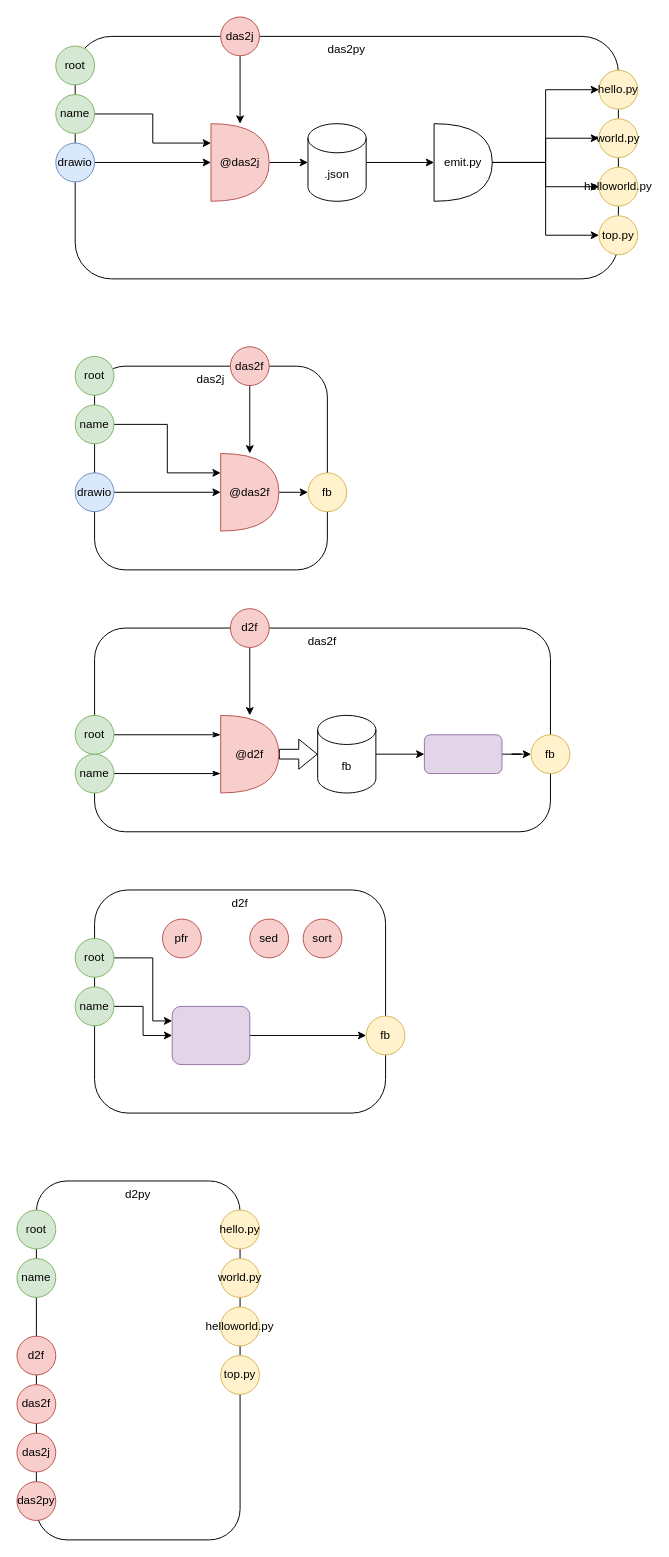
This is components.drawio from guitarvydas/d2py, a draw.io file, before an edit. Source tidied: cells renumbered, new cells numbered last; positions are measured from the earlier drawing's top-left corner, leaving out a move shared by most shapes. Both pictures are drawn from the tidied source at 97%, with x=0, y=0 at pixel (16, 16).
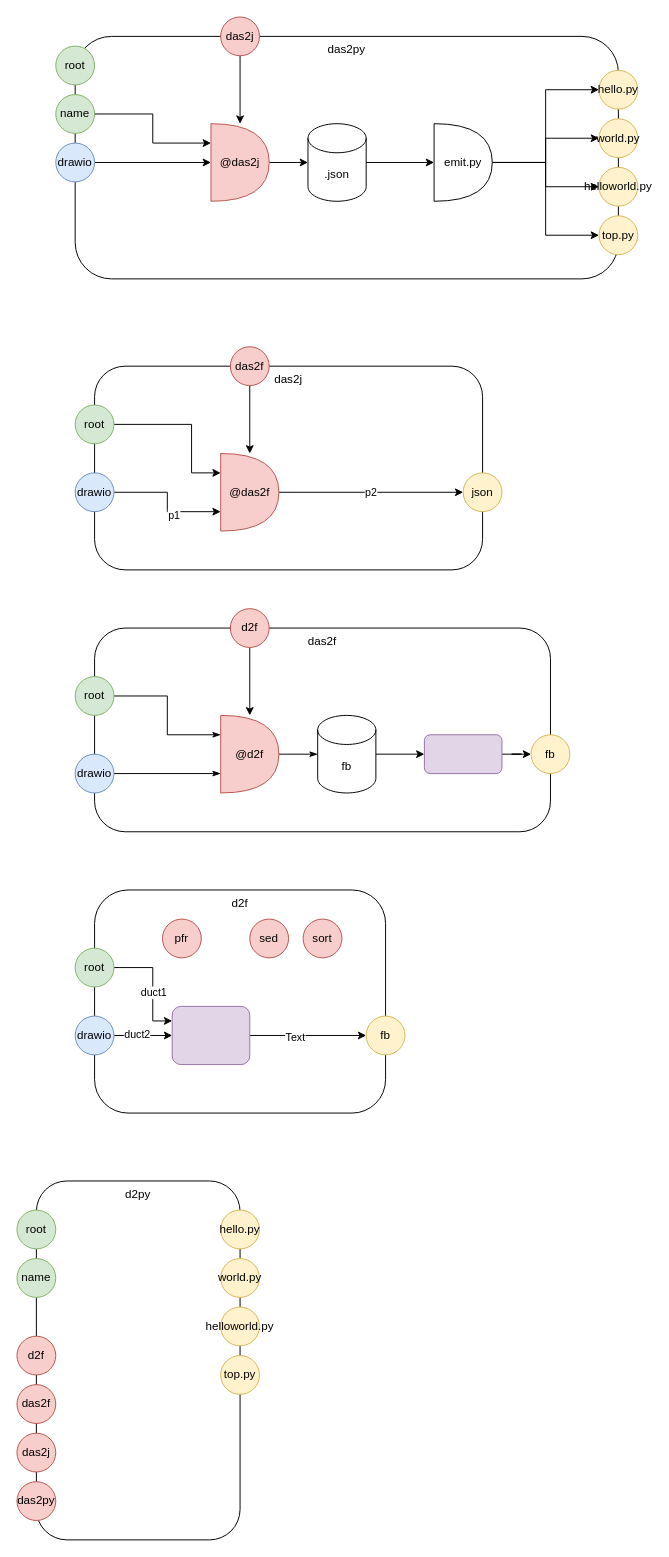
The same diagram, later.

The change refers to these unchanged cells:
```xml
<mxCell id="20" value="drawio" style="ellipse;whiteSpace=wrap;html=1;fillColor=#dae8fc;strokeColor=#6c8ebf;" parent="1" vertex="1">
  <mxGeometry x="60" y="470" width="40" height="40" as="geometry" />
</mxCell>
<mxCell id="28" value="@das2f" style="shape=or;whiteSpace=wrap;html=1;fillColor=#f8cecc;strokeColor=#b85450;" parent="1" vertex="1">
  <mxGeometry x="210" y="450" width="60" height="80" as="geometry" />
</mxCell>
<mxCell id="34" value="@d2f" style="shape=or;whiteSpace=wrap;html=1;fillColor=#f8cecc;strokeColor=#b85450;" parent="1" vertex="1">
  <mxGeometry x="210" y="720" width="60" height="80" as="geometry" />
</mxCell>
<mxCell id="39" style="edgeStyle=orthogonalEdgeStyle;rounded=0;jettySize=auto;html=1;entryX=0;entryY=0.5;entryDx=0;entryDy=0;" parent="1" edge="1" source="40" target="38">
  <mxGeometry relative="1" as="geometry" />
</mxCell>
<mxCell id="40" style="rounded=1;whiteSpace=wrap;html=1;fillColor=#e1d5e7;strokeColor=#9673a6;" parent="1" vertex="1">
  <mxGeometry x="160" y="1020" width="80" height="60" as="geometry" />
</mxCell>
<mxCell id="42" value="&lt;span style=&quot;font-weight: normal&quot;&gt;fb&lt;/span&gt;" style="shape=cylinder3;whiteSpace=wrap;html=1;boundedLbl=1;backgroundOutline=1;size=15;fontStyle=1;" parent="1" vertex="1">
  <mxGeometry x="310" y="720" width="60" height="80" as="geometry" />
</mxCell>
<mxCell id="49" style="edgeStyle=orthogonalEdgeStyle;rounded=0;jettySize=auto;html=1;exitX=1;exitY=0.5;exitDx=0;exitDy=0;entryX=0;entryY=0.5;entryDx=0;entryDy=0;" parent="1" edge="1" source="50" target="40">
  <mxGeometry relative="1" as="geometry" />
</mxCell>
```

The edit, as a diff of the source:
```diff
@@
     <mxCell id="18" value="das2j" style="rounded=1;whiteSpace=wrap;html=1;verticalAlign=top;" parent="1" vertex="1">
-      <mxGeometry x="80" y="360" width="240" height="210" as="geometry" />
+      <mxGeometry x="80" y="360" width="400" height="210" as="geometry" />
     </mxCell>
-    <mxCell id="19" style="edgeStyle=orthogonalEdgeStyle;rounded=0;jettySize=auto;html=1;entryX=0;entryY=0.5;entryDx=0;entryDy=0;entryPerimeter=0;" parent="1" edge="1" source="20" target="28">
+    <mxCell id="19" style="edgeStyle=orthogonalEdgeStyle;rounded=0;jettySize=auto;html=1;entryX=0;entryY=0.75;entryDx=0;entryDy=0;entryPerimeter=0;" parent="1" edge="1" source="20" target="28">
       <mxGeometry relative="1" as="geometry" />
     </mxCell>
+    <mxCell id="70" value="p1" style="edgeLabel;html=1;align=center;verticalAlign=middle;" parent="19" vertex="1">
+      <mxGeometry x="0.25" y="-3" relative="1" as="geometry" />
+    </mxCell>
@@
-    <mxCell id="21" value="fb" style="ellipse;whiteSpace=wrap;html=1;fillColor=#fff2cc;strokeColor=#d6b656;" parent="1" vertex="1">
-      <mxGeometry x="300" y="470" width="40" height="40" as="geometry" />
+    <mxCell id="21" value="json" style="ellipse;whiteSpace=wrap;html=1;fillColor=#fff2cc;strokeColor=#d6b656;" parent="1" vertex="1">
+      <mxGeometry x="460" y="470" width="40" height="40" as="geometry" />
     </mxCell>
@@
-    <mxCell id="27" style="edgeStyle=orthogonalEdgeStyle;rounded=0;jettySize=auto;html=1;exitX=1;exitY=0.5;exitDx=0;exitDy=0;exitPerimeter=0;entryX=0;entryY=0.5;entryDx=0;entryDy=0;" parent="1" edge="1" source="28" target="21">
+    <mxCell id="27" value="p2" style="edgeStyle=orthogonalEdgeStyle;rounded=0;jettySize=auto;html=1;exitX=1;exitY=0.5;exitDx=0;exitDy=0;exitPerimeter=0;entryX=0;entryY=0.5;entryDx=0;entryDy=0;" parent="1" edge="1" source="28" target="21">
       <mxGeometry relative="1" as="geometry" />
     </mxCell>
@@
-    <mxCell id="33" style="edgeStyle=orthogonalEdgeStyle;rounded=0;jettySize=auto;html=1;exitX=1;exitY=0.5;exitDx=0;exitDy=0;exitPerimeter=0;entryX=0;entryY=0.5;entryDx=0;entryDy=0;entryPerimeter=0;strokeWidth=1;endArrow=classicThin;endFill=1;shape=flexArrow;" parent="1" edge="1" source="34" target="42">
+    <mxCell id="33" style="edgeStyle=orthogonalEdgeStyle;rounded=0;jettySize=auto;html=1;exitX=1;exitY=0.5;exitDx=0;exitDy=0;exitPerimeter=0;entryX=0;entryY=0.5;entryDx=0;entryDy=0;entryPerimeter=0;strokeWidth=1;endArrow=classicThin;endFill=1;" parent="1" edge="1" source="34" target="42">
       <mxGeometry relative="1" as="geometry" />
     </mxCell>
@@
+    <mxCell id="71" value="Text" style="edgeLabel;html=1;align=center;verticalAlign=middle;" parent="39" vertex="1">
+      <mxGeometry x="-0.23" y="-1" relative="1" as="geometry" />
+    </mxCell>
@@
-    <mxCell id="45" style="edgeStyle=orthogonalEdgeStyle;rounded=0;jettySize=auto;html=1;entryX=0;entryY=0.25;entryDx=0;entryDy=0;entryPerimeter=0;" parent="1" edge="1" source="46" target="28">
-      <mxGeometry relative="1" as="geometry" />
-    </mxCell>
-    <mxCell id="46" value="name" style="ellipse;whiteSpace=wrap;html=1;fillColor=#d5e8d4;strokeColor=#82b366;" parent="1" vertex="1">
-      <mxGeometry x="60" y="400" width="40" height="40" as="geometry" />
-    </mxCell>
@@
-    <mxCell id="48" value="name" style="ellipse;whiteSpace=wrap;html=1;fillColor=#d5e8d4;strokeColor=#82b366;" parent="1" vertex="1">
+    <mxCell id="48" value="drawio" style="ellipse;whiteSpace=wrap;html=1;fillColor=#dae8fc;strokeColor=#6c8ebf;" parent="1" vertex="1">
       <mxGeometry x="60" y="760" width="40" height="40" as="geometry" />
     </mxCell>
@@
+    <mxCell id="72" value="duct2" style="edgeLabel;html=1;align=center;verticalAlign=middle;" parent="49" vertex="1">
+      <mxGeometry x="-0.23" y="2" relative="1" as="geometry" />
+    </mxCell>
-    <mxCell id="50" value="name" style="ellipse;whiteSpace=wrap;html=1;fillColor=#d5e8d4;strokeColor=#82b366;" parent="1" vertex="1">
-      <mxGeometry x="60" y="1000" width="40" height="40" as="geometry" />
+    <mxCell id="50" value="drawio" style="ellipse;whiteSpace=wrap;html=1;fillColor=#dae8fc;strokeColor=#6c8ebf;" parent="1" vertex="1">
+      <mxGeometry x="60" y="1030" width="40" height="40" as="geometry" />
     </mxCell>
@@
     <mxCell id="59" style="edgeStyle=orthogonalEdgeStyle;rounded=0;jettySize=auto;html=1;exitX=1;exitY=0.5;exitDx=0;exitDy=0;entryX=0;entryY=0.25;entryDx=0;entryDy=0;" parent="1" edge="1" source="60" target="40">
       <mxGeometry relative="1" as="geometry">
         <Array as="points">
-          <mxPoint x="140" y="970" />
+          <mxPoint x="140" y="980" />
           <mxPoint x="140" y="1035" />
         </Array>
       </mxGeometry>
     </mxCell>
+    <mxCell id="73" value="duct1" style="edgeLabel;html=1;align=center;verticalAlign=middle;" parent="59" vertex="1">
+      <mxGeometry x="0.13" relative="1" as="geometry" />
+    </mxCell>
     <mxCell id="60" value="root" style="ellipse;whiteSpace=wrap;html=1;fillColor=#d5e8d4;strokeColor=#82b366;" parent="1" vertex="1">
-      <mxGeometry x="60" y="950" width="40" height="40" as="geometry" />
+      <mxGeometry x="60" y="960" width="40" height="40" as="geometry" />
     </mxCell>
@@
     <mxCell id="62" value="root" style="ellipse;whiteSpace=wrap;html=1;fillColor=#d5e8d4;strokeColor=#82b366;" parent="1" vertex="1">
-      <mxGeometry x="60" y="720" width="40" height="40" as="geometry" />
+      <mxGeometry x="60" y="680" width="40" height="40" as="geometry" />
     </mxCell>
+    <mxCell id="74" style="edgeStyle=orthogonalEdgeStyle;rounded=0;jettySize=auto;html=1;entryX=0;entryY=0.25;entryDx=0;entryDy=0;entryPerimeter=0;endArrow=classic;endFill=1;strokeColor=#000000;strokeWidth=1;" parent="1" edge="1" source="63" target="28">
+      <mxGeometry relative="1" as="geometry">
+        <Array as="points">
+          <mxPoint x="180" y="420" />
+          <mxPoint x="180" y="470" />
+        </Array>
+      </mxGeometry>
+    </mxCell>
     <mxCell id="63" value="root" style="ellipse;whiteSpace=wrap;html=1;fillColor=#d5e8d4;strokeColor=#82b366;" parent="1" vertex="1">
-      <mxGeometry x="60" y="350" width="40" height="40" as="geometry" />
+      <mxGeometry x="60" y="400" width="40" height="40" as="geometry" />
     </mxCell>
```
